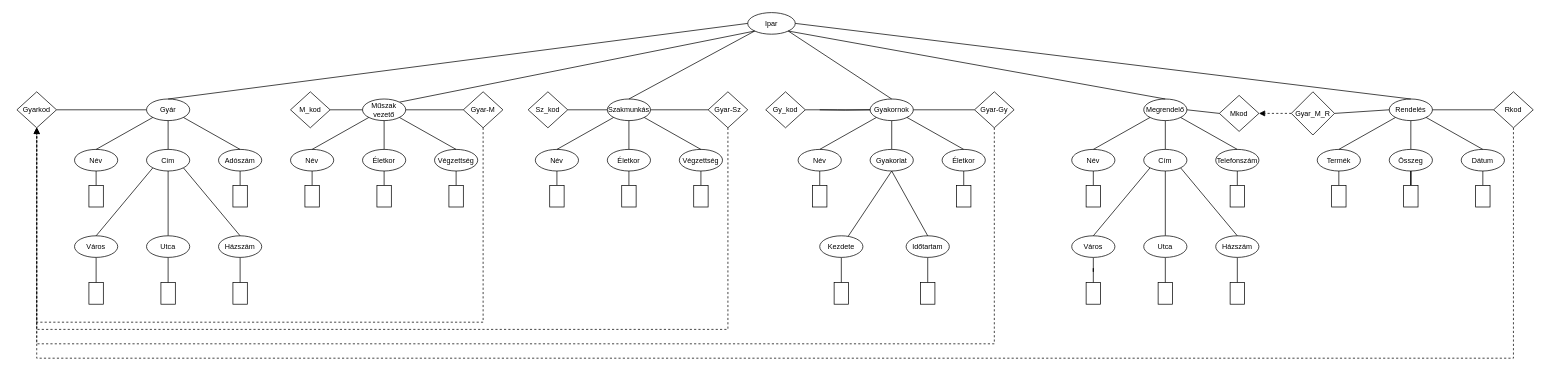
The draw.io diagram XMLTaskFU7OMC/XDMfu7omc.drawio in marcellszabo921/FU7OMCWebXML, before the edit. Source tidied: cells renumbered, new cells numbered last; positions are measured from the earlier drawing's top-left corner, leaving out a move shared by most shapes. Both pictures are drawn from the tidied source at 72%, with x=0, y=0 at pixel (17, 12).
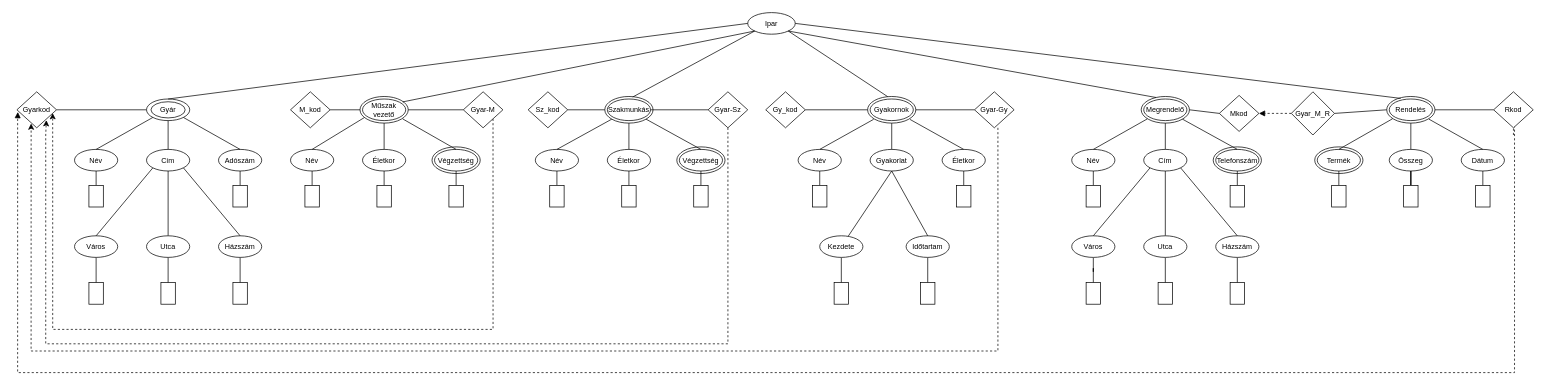
Above is the later version.

The change refers to these unchanged cells:
```xml
<mxCell id="2" value="Ipar" style="ellipse;whiteSpace=wrap;html=1;fontSize=10;" parent="1" vertex="1">
<mxCell id="5" value="Szakmunkás" style="ellipse;whiteSpace=wrap;html=1;fontSize=10;" parent="1" vertex="1">
<mxCell id="6" value="Gyakornok" style="ellipse;whiteSpace=wrap;html=1;fontSize=10;" parent="1" vertex="1">
<mxCell id="7" value="Megrendelő" style="ellipse;whiteSpace=wrap;html=1;fontSize=10;" parent="1" vertex="1">
<mxCell id="8" value="Rendelés" style="ellipse;whiteSpace=wrap;html=1;fontSize=10;" parent="1" vertex="1">
<mxCell id="34" value="Név" style="ellipse;whiteSpace=wrap;html=1;fontSize=10;" parent="1" vertex="1">
<mxCell id="36" value="Életkor" style="ellipse;whiteSpace=wrap;html=1;fontSize=10;" parent="1" vertex="1">
<mxCell id="38" value="Végzettség" style="ellipse;whiteSpace=wrap;html=1;fontSize=10;" parent="1" vertex="1">
<mxCell id="45" value="Név" style="ellipse;whiteSpace=wrap;html=1;fontSize=10;" parent="1" vertex="1">
<mxCell id="49" value="Gyakorlat" style="ellipse;whiteSpace=wrap;html=1;fontSize=10;" parent="1" vertex="1">
<mxCell id="53" value="Életkor" style="ellipse;whiteSpace=wrap;html=1;fontSize=10;" parent="1" vertex="1">
<mxCell id="61" value="Név" style="ellipse;whiteSpace=wrap;html=1;fontSize=10;" parent="1" vertex="1">
<mxCell id="68" value="Cím" style="ellipse;whiteSpace=wrap;html=1;fontSize=10;" parent="1" vertex="1">
<mxCell id="72" value="Telefonszám" style="ellipse;whiteSpace=wrap;html=1;fontSize=10;" parent="1" vertex="1">
<mxCell id="80" value="Termék" style="ellipse;whiteSpace=wrap;html=1;fontSize=10;" parent="1" vertex="1">
<mxCell id="82" value="Összeg" style="ellipse;whiteSpace=wrap;html=1;fontSize=10;" parent="1" vertex="1">
<mxCell id="84" value="Dátum" style="ellipse;whiteSpace=wrap;html=1;fontSize=10;" parent="1" vertex="1">
<mxCell id="98" value="Műszak vezető" style="ellipse;whiteSpace=wrap;html=1;fontSize=10;" parent="1" vertex="1">
<mxCell id="100" value="Név" style="ellipse;whiteSpace=wrap;html=1;fontSize=10;" parent="1" vertex="1">
<mxCell id="102" value="Életkor" style="ellipse;whiteSpace=wrap;html=1;fontSize=10;" parent="1" vertex="1">
<mxCell id="104" value="Végzettség" style="ellipse;whiteSpace=wrap;html=1;fontSize=10;" parent="1" vertex="1">
<mxCell id="115" value="&lt;font style=&quot;font-size: 10px;&quot;&gt;Gyarkod&lt;/font&gt;" style="rhombus;whiteSpace=wrap;html=1;" parent="1" vertex="1">
<mxCell id="117" value="&lt;font style=&quot;font-size: 10px;&quot;&gt;M_kod&lt;/font&gt;" style="rhombus;whiteSpace=wrap;html=1;" parent="1" vertex="1">
<mxCell id="119" value="&lt;font style=&quot;font-size: 10px;&quot;&gt;Sz_kod&lt;/font&gt;" style="rhombus;whiteSpace=wrap;html=1;" parent="1" vertex="1">
<mxCell id="122" value="&lt;font style=&quot;font-size: 10px;&quot;&gt;Gy_kod&lt;/font&gt;" style="rhombus;whiteSpace=wrap;html=1;" parent="1" vertex="1">
<mxCell id="124" value="&lt;font style=&quot;font-size: 10px;&quot;&gt;Mkod&lt;/font&gt;" style="rhombus;whiteSpace=wrap;html=1;" parent="1" vertex="1">
<mxCell id="127" value="&lt;font style=&quot;font-size: 10px;&quot;&gt;Gyar-M&lt;/font&gt;" style="rhombus;whiteSpace=wrap;html=1;" parent="1" vertex="1">
<mxCell id="130" value="&lt;font style=&quot;font-size: 10px;&quot;&gt;Gyar-Sz&lt;/font&gt;" style="rhombus;whiteSpace=wrap;html=1;" parent="1" vertex="1">
<mxCell id="133" value="&lt;font style=&quot;font-size: 10px;&quot;&gt;Gyar-Gy&lt;/font&gt;" style="rhombus;whiteSpace=wrap;html=1;" parent="1" vertex="1">
<mxCell id="136" value="&lt;font style=&quot;font-size: 10px;&quot;&gt;Rkod&lt;/font&gt;" style="rhombus;whiteSpace=wrap;html=1;" parent="1" vertex="1">
<mxCell id="139" value="&lt;font style=&quot;font-size: 10px;&quot;&gt;Gyar_M_R&lt;/font&gt;" style="rhombus;whiteSpace=wrap;html=1;" parent="1" vertex="1">
```

Diff of the diagram source:
```diff
@@
-    <mxCell id="10" style="endArrow=none;html=1;rounded=0;entryX=0;entryY=1;entryDx=0;entryDy=0;exitX=0.5;exitY=0;exitDx=0;exitDy=0;fontSize=10;" parent="1" edge="1" source="5" target="2">
+    <mxCell id="10" style="endArrow=none;html=1;rounded=0;entryX=0;entryY=1;entryDx=0;entryDy=0;exitX=0.579;exitY=0.02;exitDx=0;exitDy=0;fontSize=10;exitPerimeter=0;" parent="1" edge="1" source="142" target="2">
       <mxGeometry relative="1" as="geometry" />
     </mxCell>
-    <mxCell id="11" style="endArrow=none;html=1;rounded=0;entryX=1;entryY=0.5;entryDx=0;entryDy=0;exitX=0.5;exitY=0;exitDx=0;exitDy=0;fontSize=10;" parent="1" edge="1" source="8" target="2">
+    <mxCell id="11" style="endArrow=none;html=1;rounded=0;entryX=1;entryY=0.5;entryDx=0;entryDy=0;exitX=0.289;exitY=0.072;exitDx=0;exitDy=0;fontSize=10;exitPerimeter=0;" parent="1" edge="1" source="145" target="2">
       <mxGeometry relative="1" as="geometry" />
     </mxCell>
-    <mxCell id="12" style="endArrow=none;html=1;rounded=0;entryX=1;entryY=1;entryDx=0;entryDy=0;exitX=0.5;exitY=0;exitDx=0;exitDy=0;fontSize=10;" parent="1" edge="1" source="7" target="2">
+    <mxCell id="12" style="endArrow=none;html=1;rounded=0;entryX=1;entryY=1;entryDx=0;entryDy=0;exitX=0.308;exitY=0.038;exitDx=0;exitDy=0;fontSize=10;exitPerimeter=0;" parent="1" edge="1" source="144" target="2">
       <mxGeometry relative="1" as="geometry" />
     </mxCell>
-    <mxCell id="13" style="endArrow=none;html=1;rounded=0;entryX=0.5;entryY=0;entryDx=0;entryDy=0;exitX=1;exitY=1;exitDx=0;exitDy=0;fontSize=10;" parent="1" edge="1" source="2" target="6">
+    <mxCell id="13" style="endArrow=none;html=1;rounded=0;entryX=0.416;entryY=0.006;entryDx=0;entryDy=0;exitX=1;exitY=1;exitDx=0;exitDy=0;fontSize=10;entryPerimeter=0;" parent="1" edge="1" source="2" target="143">
       <mxGeometry relative="1" as="geometry" />
     </mxCell>
@@
-    <mxCell id="39" style="endArrow=none;html=1;rounded=0;entryX=0;entryY=1;entryDx=0;entryDy=0;exitX=0.5;exitY=0;exitDx=0;exitDy=0;fontSize=10;" parent="1" edge="1" source="34" target="5">
+    <mxCell id="39" style="endArrow=none;html=1;rounded=0;entryX=0;entryY=1;entryDx=0;entryDy=0;exitX=0.5;exitY=0;exitDx=0;exitDy=0;fontSize=10;" parent="1" edge="1" source="34" target="142">
       <mxGeometry relative="1" as="geometry" />
     </mxCell>
-    <mxCell id="40" style="endArrow=none;html=1;rounded=0;exitX=0.5;exitY=0;exitDx=0;exitDy=0;entryX=0.5;entryY=1;entryDx=0;entryDy=0;fontSize=10;" parent="1" edge="1" source="36" target="5">
+    <mxCell id="40" style="endArrow=none;html=1;rounded=0;exitX=0.5;exitY=0;exitDx=0;exitDy=0;entryX=0.5;entryY=1;entryDx=0;entryDy=0;fontSize=10;" parent="1" edge="1" source="36" target="142">
       <mxGeometry relative="1" as="geometry" />
     </mxCell>
-    <mxCell id="41" style="endArrow=none;html=1;rounded=0;exitX=0.5;exitY=0;exitDx=0;exitDy=0;entryX=1;entryY=1;entryDx=0;entryDy=0;fontSize=10;" parent="1" edge="1" source="38" target="5">
+    <mxCell id="41" style="endArrow=none;html=1;rounded=0;exitX=0.5;exitY=0;exitDx=0;exitDy=0;entryX=1;entryY=1;entryDx=0;entryDy=0;fontSize=10;" parent="1" edge="1" source="38" target="142">
       <mxGeometry relative="1" as="geometry" />
     </mxCell>
@@
-    <mxCell id="54" style="endArrow=none;html=1;rounded=0;entryX=0;entryY=1;entryDx=0;entryDy=0;exitX=0.5;exitY=0;exitDx=0;exitDy=0;fontSize=10;" parent="1" edge="1" source="45" target="6">
+    <mxCell id="54" style="endArrow=none;html=1;rounded=0;entryX=0.125;entryY=0.858;entryDx=0;entryDy=0;exitX=0.5;exitY=0;exitDx=0;exitDy=0;fontSize=10;entryPerimeter=0;" parent="1" edge="1" source="45" target="143">
       <mxGeometry relative="1" as="geometry" />
     </mxCell>
-    <mxCell id="55" style="endArrow=none;html=1;rounded=0;exitX=0.5;exitY=0;exitDx=0;exitDy=0;entryX=0.5;entryY=1;entryDx=0;entryDy=0;fontSize=10;" parent="1" edge="1" source="49" target="6">
+    <mxCell id="55" style="endArrow=none;html=1;rounded=0;exitX=0.5;exitY=0;exitDx=0;exitDy=0;entryX=0.5;entryY=1;entryDx=0;entryDy=0;fontSize=10;" parent="1" edge="1" source="49" target="143">
       <mxGeometry relative="1" as="geometry" />
     </mxCell>
-    <mxCell id="56" style="endArrow=none;html=1;rounded=0;exitX=0.5;exitY=0;exitDx=0;exitDy=0;entryX=1;entryY=1;entryDx=0;entryDy=0;fontSize=10;" parent="1" edge="1" source="53" target="6">
+    <mxCell id="56" style="endArrow=none;html=1;rounded=0;exitX=0.5;exitY=0;exitDx=0;exitDy=0;entryX=0.88;entryY=0.862;entryDx=0;entryDy=0;fontSize=10;entryPerimeter=0;" parent="1" edge="1" source="53" target="143">
       <mxGeometry relative="1" as="geometry" />
     </mxCell>
@@
-    <mxCell id="73" style="endArrow=none;html=1;rounded=0;entryX=0;entryY=1;entryDx=0;entryDy=0;exitX=0.5;exitY=0;exitDx=0;exitDy=0;fontSize=10;" parent="1" edge="1" source="61" target="7">
+    <mxCell id="73" style="endArrow=none;html=1;rounded=0;entryX=0.126;entryY=0.842;entryDx=0;entryDy=0;exitX=0.5;exitY=0;exitDx=0;exitDy=0;fontSize=10;entryPerimeter=0;" parent="1" edge="1" source="61" target="144">
       <mxGeometry relative="1" as="geometry" />
     </mxCell>
-    <mxCell id="74" style="endArrow=none;html=1;rounded=0;exitX=0.5;exitY=0;exitDx=0;exitDy=0;entryX=0.5;entryY=1;entryDx=0;entryDy=0;fontSize=10;" parent="1" edge="1" source="68" target="7">
+    <mxCell id="74" style="endArrow=none;html=1;rounded=0;exitX=0.5;exitY=0;exitDx=0;exitDy=0;entryX=0.5;entryY=1;entryDx=0;entryDy=0;fontSize=10;" parent="1" edge="1" source="68" target="144">
       <mxGeometry relative="1" as="geometry" />
     </mxCell>
-    <mxCell id="75" style="endArrow=none;html=1;rounded=0;exitX=0.5;exitY=0;exitDx=0;exitDy=0;entryX=1;entryY=1;entryDx=0;entryDy=0;fontSize=10;" parent="1" edge="1" source="72" target="7">
+    <mxCell id="75" style="endArrow=none;html=1;rounded=0;exitX=0.5;exitY=0;exitDx=0;exitDy=0;entryX=1;entryY=1;entryDx=0;entryDy=0;fontSize=10;" parent="1" edge="1" source="72" target="144">
       <mxGeometry relative="1" as="geometry" />
     </mxCell>
@@
-    <mxCell id="85" style="endArrow=none;html=1;rounded=0;entryX=0;entryY=1;entryDx=0;entryDy=0;exitX=0.5;exitY=0;exitDx=0;exitDy=0;fontSize=10;" parent="1" edge="1" source="80" target="8">
+    <mxCell id="85" style="endArrow=none;html=1;rounded=0;entryX=0.122;entryY=0.836;entryDx=0;entryDy=0;exitX=0.5;exitY=0;exitDx=0;exitDy=0;fontSize=10;entryPerimeter=0;" parent="1" edge="1" source="80" target="145">
       <mxGeometry relative="1" as="geometry" />
     </mxCell>
-    <mxCell id="86" style="endArrow=none;html=1;rounded=0;entryX=0.5;entryY=1;entryDx=0;entryDy=0;exitX=0.5;exitY=0;exitDx=0;exitDy=0;fontSize=10;" parent="1" edge="1" source="82" target="8">
+    <mxCell id="86" style="endArrow=none;html=1;rounded=0;entryX=0.5;entryY=1;entryDx=0;entryDy=0;exitX=0.5;exitY=0;exitDx=0;exitDy=0;fontSize=10;" parent="1" edge="1" source="82" target="145">
       <mxGeometry relative="1" as="geometry" />
     </mxCell>
-    <mxCell id="87" style="endArrow=none;html=1;rounded=0;exitX=0.5;exitY=0;exitDx=0;exitDy=0;entryX=1;entryY=1;entryDx=0;entryDy=0;fontSize=10;" parent="1" edge="1" source="84" target="8">
+    <mxCell id="87" style="endArrow=none;html=1;rounded=0;exitX=0.5;exitY=0;exitDx=0;exitDy=0;entryX=0.875;entryY=0.851;entryDx=0;entryDy=0;fontSize=10;entryPerimeter=0;" parent="1" edge="1" source="84" target="145">
       <mxGeometry relative="1" as="geometry" />
     </mxCell>
@@
-    <mxCell id="97" style="rounded=0;jettySize=auto;html=1;exitX=1;exitY=0;exitDx=0;exitDy=0;entryX=0;entryY=1;entryDx=0;entryDy=0;endArrow=none;endFill=0;fontSize=10;" parent="1" edge="1" source="98" target="2">
+    <mxCell id="97" style="rounded=0;jettySize=auto;html=1;exitX=0.887;exitY=0.203;exitDx=0;exitDy=0;entryX=0;entryY=1;entryDx=0;entryDy=0;endArrow=none;endFill=0;fontSize=10;exitPerimeter=0;" parent="1" edge="1" source="141" target="2">
       <mxGeometry relative="1" as="geometry" />
     </mxCell>
@@
-    <mxCell id="105" style="endArrow=none;html=1;rounded=0;entryX=0;entryY=1;entryDx=0;entryDy=0;exitX=0.5;exitY=0;exitDx=0;exitDy=0;fontSize=10;" parent="1" edge="1" source="100" target="98">
+    <mxCell id="105" style="endArrow=none;html=1;rounded=0;entryX=0.089;entryY=0.793;entryDx=0;entryDy=0;exitX=0.5;exitY=0;exitDx=0;exitDy=0;fontSize=10;entryPerimeter=0;" parent="1" edge="1" source="100" target="141">
       <mxGeometry relative="1" as="geometry" />
     </mxCell>
-    <mxCell id="106" style="endArrow=none;html=1;rounded=0;exitX=0.5;exitY=0;exitDx=0;exitDy=0;entryX=0.5;entryY=1;entryDx=0;entryDy=0;fontSize=10;" parent="1" edge="1" source="102" target="98">
+    <mxCell id="106" style="endArrow=none;html=1;rounded=0;exitX=0.5;exitY=0;exitDx=0;exitDy=0;entryX=0.5;entryY=1;entryDx=0;entryDy=0;fontSize=10;" parent="1" edge="1" source="102" target="141">
       <mxGeometry relative="1" as="geometry" />
     </mxCell>
-    <mxCell id="107" style="endArrow=none;html=1;rounded=0;exitX=0.5;exitY=0;exitDx=0;exitDy=0;entryX=1;entryY=1;entryDx=0;entryDy=0;fontSize=10;" parent="1" edge="1" source="104" target="98">
+    <mxCell id="107" style="endArrow=none;html=1;rounded=0;exitX=0.5;exitY=0;exitDx=0;exitDy=0;entryX=0.884;entryY=0.841;entryDx=0;entryDy=0;fontSize=10;entryPerimeter=0;" parent="1" edge="1" source="104" target="141">
       <mxGeometry relative="1" as="geometry" />
     </mxCell>
@@
-    <mxCell id="116" style="edgeStyle=orthogonalEdgeStyle;rounded=0;jettySize=auto;html=1;exitX=1;exitY=0.5;exitDx=0;exitDy=0;entryX=0;entryY=0.5;entryDx=0;entryDy=0;endArrow=none;endFill=0;" parent="1" edge="1" source="117" target="98">
+    <mxCell id="116" style="edgeStyle=orthogonalEdgeStyle;rounded=0;jettySize=auto;html=1;exitX=1;exitY=0.5;exitDx=0;exitDy=0;entryX=0;entryY=0.5;entryDx=0;entryDy=0;endArrow=none;endFill=0;" parent="1" edge="1" source="117" target="141">
       <mxGeometry relative="1" as="geometry" />
     </mxCell>
@@
-    <mxCell id="118" style="edgeStyle=orthogonalEdgeStyle;rounded=0;jettySize=auto;html=1;exitX=1;exitY=0.5;exitDx=0;exitDy=0;endArrow=none;endFill=0;" parent="1" edge="1" source="119" target="5">
+    <mxCell id="118" style="edgeStyle=orthogonalEdgeStyle;rounded=0;jettySize=auto;html=1;exitX=1;exitY=0.5;exitDx=0;exitDy=0;endArrow=none;endFill=0;entryX=0;entryY=0.5;entryDx=0;entryDy=0;" parent="1" edge="1" source="119" target="142">
       <mxGeometry relative="1" as="geometry" />
     </mxCell>
@@
-    <mxCell id="120" style="edgeStyle=orthogonalEdgeStyle;rounded=0;jettySize=auto;html=1;exitX=1;exitY=0.5;exitDx=0;exitDy=0;entryX=0;entryY=0.5;entryDx=0;entryDy=0;endArrow=none;endFill=0;" parent="1" edge="1" target="6">
-      <mxGeometry relative="1" as="geometry">
-        <mxPoint x="1115" y="135" as="sourcePoint" />
-      </mxGeometry>
-    </mxCell>
-    <mxCell id="121" style="edgeStyle=orthogonalEdgeStyle;rounded=0;jettySize=auto;html=1;endArrow=none;endFill=0;" parent="1" edge="1" source="122">
-      <mxGeometry relative="1" as="geometry">
-        <mxPoint x="1185" y="135" as="targetPoint" />
-      </mxGeometry>
+    <mxCell id="121" style="edgeStyle=orthogonalEdgeStyle;rounded=0;jettySize=auto;html=1;endArrow=none;endFill=0;exitX=1;exitY=0.5;exitDx=0;exitDy=0;entryX=0;entryY=0.5;entryDx=0;entryDy=0;" parent="1" edge="1" source="122" target="143">
+      <mxGeometry relative="1" as="geometry" />
     </mxCell>
@@
-    <mxCell id="123" style="rounded=0;jettySize=auto;html=1;exitX=0;exitY=0.5;exitDx=0;exitDy=0;entryX=1;entryY=0.5;entryDx=0;entryDy=0;endArrow=none;endFill=0;" parent="1" edge="1" source="124" target="7">
+    <mxCell id="123" style="rounded=0;jettySize=auto;html=1;exitX=0;exitY=0.5;exitDx=0;exitDy=0;entryX=1;entryY=0.5;entryDx=0;entryDy=0;endArrow=none;endFill=0;" parent="1" edge="1" source="124" target="144">
       <mxGeometry relative="1" as="geometry" />
     </mxCell>
@@
-    <mxCell id="125" style="edgeStyle=orthogonalEdgeStyle;rounded=0;jettySize=auto;html=1;endArrow=none;endFill=0;" parent="1" edge="1" source="127" target="98">
+    <mxCell id="125" style="edgeStyle=orthogonalEdgeStyle;rounded=0;jettySize=auto;html=1;endArrow=none;endFill=0;entryX=1;entryY=0.5;entryDx=0;entryDy=0;" parent="1" edge="1" source="127" target="141">
       <mxGeometry relative="1" as="geometry" />
     </mxCell>
-    <mxCell id="126" style="edgeStyle=orthogonalEdgeStyle;rounded=0;jettySize=auto;html=1;exitX=0.5;exitY=1;exitDx=0;exitDy=0;entryX=0.5;entryY=1;entryDx=0;entryDy=0;dashed=1;" parent="1" edge="1" source="127" target="115">
+    <mxCell id="126" style="edgeStyle=orthogonalEdgeStyle;rounded=0;jettySize=auto;html=1;exitX=1;exitY=1;exitDx=0;exitDy=0;dashed=1;entryX=0.903;entryY=0.593;entryDx=0;entryDy=0;entryPerimeter=0;" parent="1" edge="1" source="127" target="115">
       <mxGeometry relative="1" as="geometry">
         <Array as="points">
-          <mxPoint x="648" y="430" />
-          <mxPoint x="28" y="430" />
+          <mxPoint x="661" y="440" />
+          <mxPoint x="50" y="440" />
         </Array>
       </mxGeometry>
     </mxCell>
@@
-    <mxCell id="129" style="edgeStyle=orthogonalEdgeStyle;rounded=0;jettySize=auto;html=1;exitX=0.5;exitY=1;exitDx=0;exitDy=0;entryX=0.5;entryY=1;entryDx=0;entryDy=0;dashed=1;" parent="1" edge="1" source="130" target="115">
+    <mxCell id="129" style="edgeStyle=orthogonalEdgeStyle;rounded=0;jettySize=auto;html=1;exitX=0.5;exitY=1;exitDx=0;exitDy=0;dashed=1;entryX=0.743;entryY=0.788;entryDx=0;entryDy=0;entryPerimeter=0;" parent="1" edge="1" source="130" target="115">
       <mxGeometry relative="1" as="geometry">
         <Array as="points">
-          <mxPoint x="988" y="440" />
-          <mxPoint x="28" y="440" />
+          <mxPoint x="988" y="460" />
+          <mxPoint x="40" y="460" />
+          <mxPoint x="40" y="170" />
+          <mxPoint x="41" y="170" />
         </Array>
       </mxGeometry>
     </mxCell>
@@
-    <mxCell id="131" style="edgeStyle=orthogonalEdgeStyle;rounded=0;jettySize=auto;html=1;endArrow=none;endFill=0;" parent="1" edge="1" source="133" target="6">
+    <mxCell id="131" style="edgeStyle=orthogonalEdgeStyle;rounded=0;jettySize=auto;html=1;endArrow=none;endFill=0;entryX=1;entryY=0.5;entryDx=0;entryDy=0;" parent="1" edge="1" source="133" target="143">
       <mxGeometry relative="1" as="geometry" />
     </mxCell>
-    <mxCell id="132" style="edgeStyle=orthogonalEdgeStyle;rounded=0;jettySize=auto;html=1;exitX=0.5;exitY=1;exitDx=0;exitDy=0;entryX=0.5;entryY=1;entryDx=0;entryDy=0;dashed=1;" parent="1" edge="1" source="133" target="115">
+    <mxCell id="132" style="edgeStyle=orthogonalEdgeStyle;rounded=0;jettySize=auto;html=1;exitX=0.5;exitY=1;exitDx=0;exitDy=0;dashed=1;entryX=0.359;entryY=0.882;entryDx=0;entryDy=0;entryPerimeter=0;" parent="1" edge="1" target="115">
       <mxGeometry relative="1" as="geometry">
+        <mxPoint x="1362.5" y="160" as="sourcePoint" />
         <Array as="points">
-          <mxPoint x="1357" y="460" />
-          <mxPoint x="27" y="460" />
+          <mxPoint x="1363" y="470" />
+          <mxPoint x="20" y="470" />
         </Array>
       </mxGeometry>
     </mxCell>
@@
-    <mxCell id="134" style="edgeStyle=orthogonalEdgeStyle;rounded=0;jettySize=auto;html=1;endArrow=none;endFill=0;" parent="1" edge="1" source="136" target="8">
+    <mxCell id="134" style="edgeStyle=orthogonalEdgeStyle;rounded=0;jettySize=auto;html=1;endArrow=none;endFill=0;entryX=1;entryY=0.5;entryDx=0;entryDy=0;" parent="1" edge="1" source="136" target="145">
       <mxGeometry relative="1" as="geometry" />
     </mxCell>
-    <mxCell id="135" style="edgeStyle=orthogonalEdgeStyle;rounded=0;jettySize=auto;html=1;exitX=0.5;exitY=1;exitDx=0;exitDy=0;entryX=0.5;entryY=1;entryDx=0;entryDy=0;dashed=1;endArrow=block;endFill=1;" parent="1" edge="1" source="136" target="115">
+    <mxCell id="135" style="edgeStyle=orthogonalEdgeStyle;rounded=0;jettySize=auto;html=1;exitX=0.5;exitY=1;exitDx=0;exitDy=0;dashed=1;endArrow=block;endFill=1;entryX=0.023;entryY=0.562;entryDx=0;entryDy=0;entryPerimeter=0;" parent="1" edge="1" target="115">
       <mxGeometry relative="1" as="geometry">
+        <mxPoint x="2078.5" y="170" as="sourcePoint" />
         <Array as="points">
-          <mxPoint x="2079" y="480" />
-          <mxPoint x="28" y="480" />
+          <mxPoint x="2079" y="140" />
+          <mxPoint x="2080" y="140" />
+          <mxPoint x="2080" y="500" />
+          <mxPoint x="1" y="500" />
+          <mxPoint x="1" y="148" />
+          <mxPoint x="1" y="148" />
         </Array>
       </mxGeometry>
     </mxCell>
@@
-    <mxCell id="138" style="rounded=0;jettySize=auto;html=1;exitX=1;exitY=0.5;exitDx=0;exitDy=0;entryX=0;entryY=0.5;entryDx=0;entryDy=0;endArrow=none;endFill=0;" parent="1" edge="1" source="139" target="8">
+    <mxCell id="138" style="rounded=0;jettySize=auto;html=1;exitX=1;exitY=0.5;exitDx=0;exitDy=0;entryX=0;entryY=0.5;entryDx=0;entryDy=0;endArrow=none;endFill=0;" parent="1" edge="1" source="139" target="145">
       <mxGeometry relative="1" as="geometry" />
     </mxCell>
@@
+    <mxCell id="140" style="ellipse;whiteSpace=wrap;html=1;gradientColor=default;fillColor=none;" parent="1" vertex="1">
+      <mxGeometry x="186.2" y="123.8" width="47.5" height="22.5" as="geometry" />
+    </mxCell>
+    <mxCell id="141" style="ellipse;whiteSpace=wrap;html=1;gradientColor=default;fillColor=none;" parent="1" vertex="1">
+      <mxGeometry x="476.5" y="116.5" width="67" height="37" as="geometry" />
+    </mxCell>
+    <mxCell id="142" style="ellipse;whiteSpace=wrap;html=1;gradientColor=default;fillColor=none;" parent="1" vertex="1">
+      <mxGeometry x="816.5" y="116.5" width="67" height="37" as="geometry" />
+    </mxCell>
+    <mxCell id="143" style="ellipse;whiteSpace=wrap;html=1;gradientColor=default;fillColor=none;" parent="1" vertex="1">
+      <mxGeometry x="1181.5" y="116.5" width="67" height="37" as="geometry" />
+    </mxCell>
+    <mxCell id="144" style="ellipse;whiteSpace=wrap;html=1;gradientColor=default;fillColor=none;" parent="1" vertex="1">
+      <mxGeometry x="1561.5" y="116.5" width="67" height="37" as="geometry" />
+    </mxCell>
+    <mxCell id="145" style="ellipse;whiteSpace=wrap;html=1;gradientColor=default;fillColor=none;" parent="1" vertex="1">
+      <mxGeometry x="1902.5" y="116.5" width="67" height="37" as="geometry" />
+    </mxCell>
+    <mxCell id="146" style="ellipse;whiteSpace=wrap;html=1;gradientColor=default;fillColor=none;" parent="1" vertex="1">
+      <mxGeometry x="576.5" y="186.5" width="67" height="37" as="geometry" />
+    </mxCell>
+    <mxCell id="147" style="ellipse;whiteSpace=wrap;html=1;gradientColor=default;fillColor=none;" parent="1" vertex="1">
+      <mxGeometry x="916.5" y="186.5" width="67" height="37" as="geometry" />
+    </mxCell>
+    <mxCell id="148" style="ellipse;whiteSpace=wrap;html=1;gradientColor=default;fillColor=none;" parent="1" vertex="1">
+      <mxGeometry x="1802.5" y="186.5" width="67" height="37" as="geometry" />
+    </mxCell>
+    <mxCell id="149" style="ellipse;whiteSpace=wrap;html=1;gradientColor=default;fillColor=none;" parent="1" vertex="1">
+      <mxGeometry x="1661.5" y="186.5" width="67" height="37" as="geometry" />
+    </mxCell>
```
